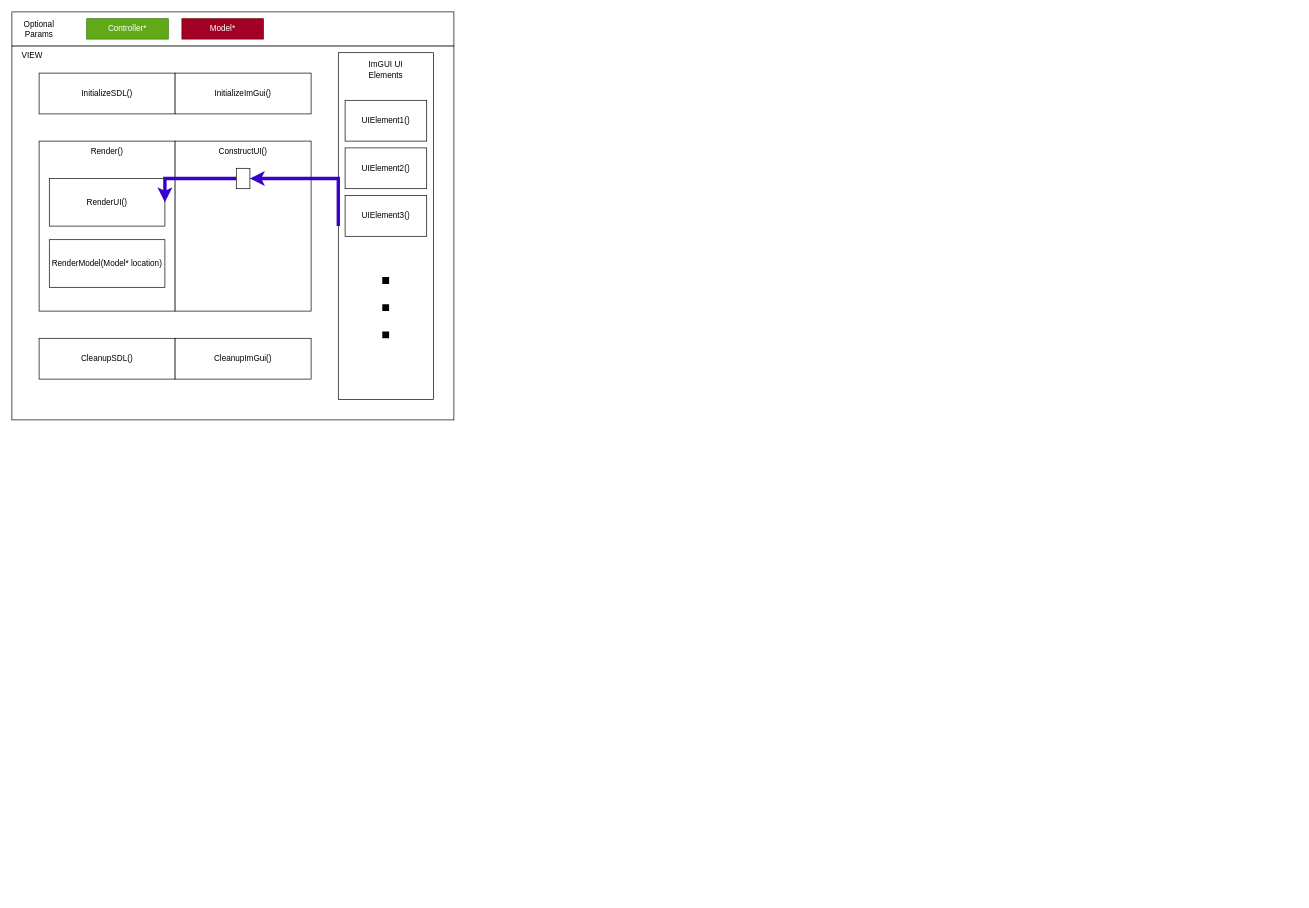
Earlier version of the draw.io diagram documentation/Architectural Diagrams/Engine Architecture.drawio (Argyraspides/Telos). Source tidied: cells renumbered, new cells numbered last; positions are measured from the earlier drawing's top-left corner, leaving out a move shared by most shapes. Both pictures are drawn from the tidied source at 68%, with x=0, y=0 at pixel (12, 12).
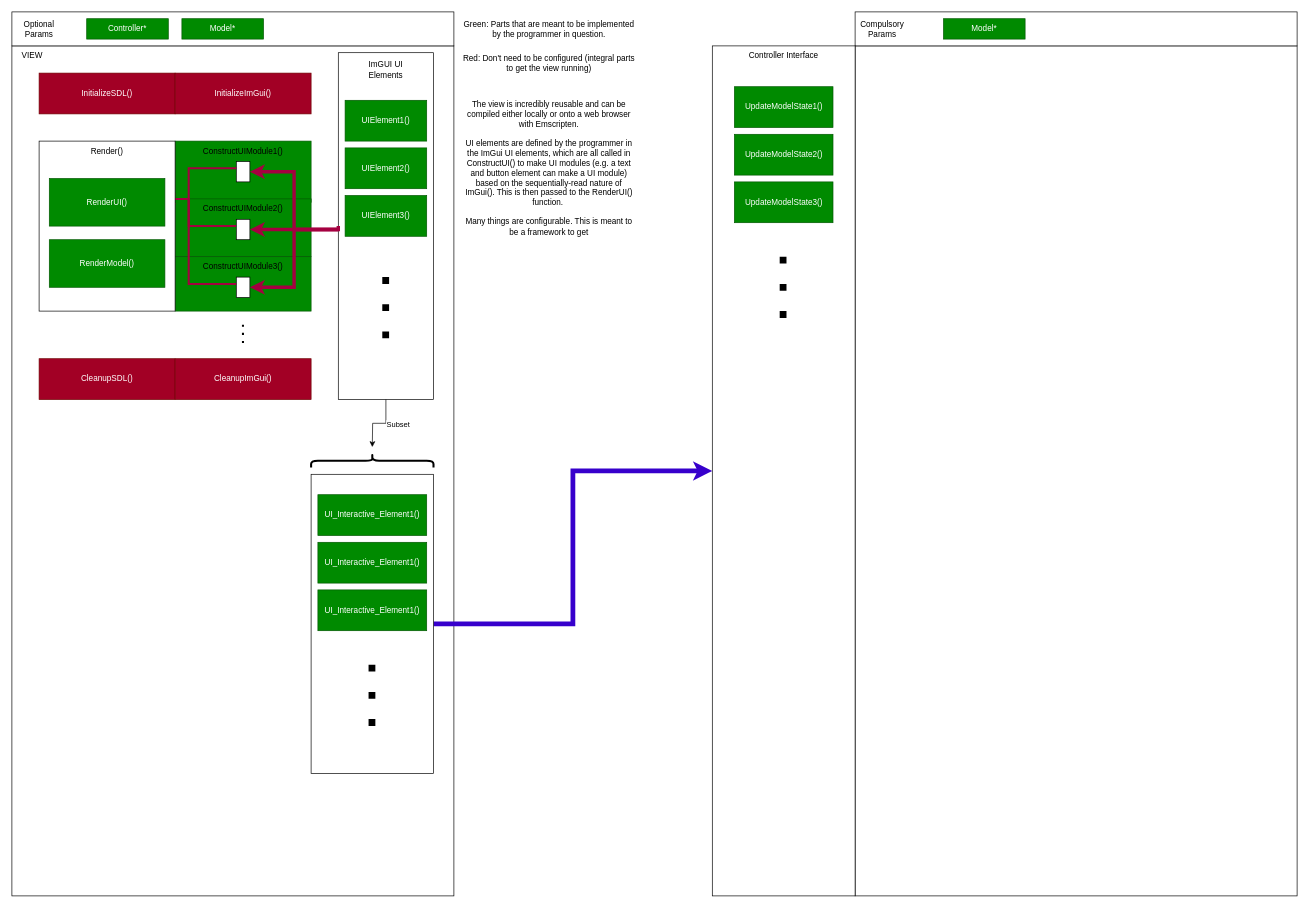
The same diagram, later.

Commit message (it also covers changes not shown here):
Added controller to diagram, moved shape-specific utilities to shape header

The change refers to these unchanged cells:
```xml
<mxCell id="20" style="rounded=0;whiteSpace=wrap;html=1;" parent="1" vertex="1">
  <mxGeometry x="480" y="60" width="140" height="510" as="geometry" />
</mxCell>
```

Diff of the diagram source:
```diff
@@
     <mxCell id="2" style="rounded=0;whiteSpace=wrap;html=1;" parent="1" vertex="1">
-      <mxGeometry y="50" width="650" height="550" as="geometry" />
+      <mxGeometry y="50" width="650" height="1250" as="geometry" />
     </mxCell>
@@
-    <mxCell id="4" value="CleanupSDL()" style="rounded=0;whiteSpace=wrap;html=1;" parent="1" vertex="1">
-      <mxGeometry x="40" y="480" width="200" height="60" as="geometry" />
+    <mxCell id="4" value="CleanupSDL()" style="rounded=0;whiteSpace=wrap;html=1;fillColor=#a20025;fontColor=#ffffff;strokeColor=#6F0000;" parent="1" vertex="1">
+      <mxGeometry x="40" y="510" width="200" height="60" as="geometry" />
     </mxCell>
-    <mxCell id="5" value="CleanupImGui()" style="rounded=0;whiteSpace=wrap;html=1;" parent="1" vertex="1">
-      <mxGeometry x="240" y="480" width="200" height="60" as="geometry" />
+    <mxCell id="5" value="CleanupImGui()" style="rounded=0;whiteSpace=wrap;html=1;fillColor=#a20025;fontColor=#ffffff;strokeColor=#6F0000;" parent="1" vertex="1">
+      <mxGeometry x="240" y="510" width="200" height="60" as="geometry" />
     </mxCell>
-    <mxCell id="6" style="group;" parent="1" vertex="1">
-      <mxGeometry x="40" y="190" width="200" height="250" as="geometry" />
-    </mxCell>
-    <mxCell id="7" style="rounded=0;whiteSpace=wrap;html=1;" parent="6" vertex="1">
-      <mxGeometry width="200" height="250" as="geometry" />
-    </mxCell>
-    <mxCell id="8" value="RenderUI()" style="rounded=0;whiteSpace=wrap;html=1;" parent="6" vertex="1">
-      <mxGeometry x="15" y="55" width="170" height="70" as="geometry" />
-    </mxCell>
-    <mxCell id="9" value="Render()" style="text;html=1;strokeColor=none;fillColor=none;align=center;verticalAlign=middle;whiteSpace=wrap;rounded=0;" parent="6" vertex="1">
-      <mxGeometry x="85" width="30" height="30" as="geometry" />
-    </mxCell>
-    <mxCell id="10" value="RenderModel(Model* location)" style="rounded=0;whiteSpace=wrap;html=1;" parent="6" vertex="1">
-      <mxGeometry x="15" y="145" width="170" height="70" as="geometry" />
-    </mxCell>
-    <mxCell id="11" style="group;" parent="1" vertex="1">
-      <mxGeometry x="40" y="90" width="400" height="60" as="geometry" />
-    </mxCell>
-    <mxCell id="12" value="InitializeSDL()" style="rounded=0;whiteSpace=wrap;html=1;" parent="11" vertex="1">
-      <mxGeometry width="200" height="60" as="geometry" />
-    </mxCell>
-    <mxCell id="13" value="InitializeImGui()" style="rounded=0;whiteSpace=wrap;html=1;" parent="11" vertex="1">
-      <mxGeometry x="200" width="200" height="60" as="geometry" />
-    </mxCell>
@@
-    <mxCell id="16" value="Controller*" style="rounded=0;whiteSpace=wrap;html=1;fillColor=#60a917;fontColor=#ffffff;strokeColor=#2D7600;" parent="1" vertex="1">
+    <mxCell id="16" value="Controller*" style="rounded=0;whiteSpace=wrap;html=1;fillColor=#008a00;fontColor=#ffffff;strokeColor=#005700;" parent="1" vertex="1">
       <mxGeometry x="110" y="10" width="120" height="30" as="geometry" />
     </mxCell>
-    <mxCell id="17" value="Model*" style="rounded=0;whiteSpace=wrap;html=1;fillColor=#a20025;fontColor=#ffffff;strokeColor=#6F0000;" parent="1" vertex="1">
+    <mxCell id="17" value="Model*" style="rounded=0;whiteSpace=wrap;html=1;fillColor=#008a00;fontColor=#ffffff;strokeColor=#005700;" parent="1" vertex="1">
       <mxGeometry x="250" y="10" width="120" height="30" as="geometry" />
     </mxCell>
-    <mxCell id="18" style="rounded=0;whiteSpace=wrap;html=1;" parent="1" vertex="1">
-      <mxGeometry x="240" y="190" width="200" height="250" as="geometry" />
+    <mxCell id="18" style="rounded=0;whiteSpace=wrap;html=1;fillColor=#008a00;fontColor=#ffffff;strokeColor=#005700;" parent="1" vertex="1">
+      <mxGeometry x="240" y="190" width="200" height="90" as="geometry" />
     </mxCell>
-    <mxCell id="19" value="ConstructUI()" style="text;html=1;strokeColor=none;fillColor=none;align=center;verticalAlign=middle;whiteSpace=wrap;rounded=0;" parent="1" vertex="1">
+    <mxCell id="19" value="ConstructUIModule1()" style="text;html=1;strokeColor=none;fillColor=none;align=center;verticalAlign=middle;whiteSpace=wrap;rounded=0;" parent="1" vertex="1">
       <mxGeometry x="240" y="190" width="200" height="30" as="geometry" />
     </mxCell>
@@
-    <mxCell id="21" value="UIElement1()" style="rounded=0;whiteSpace=wrap;html=1;" parent="1" vertex="1">
+    <mxCell id="21" value="UIElement1()" style="rounded=0;whiteSpace=wrap;html=1;fillColor=#008a00;fontColor=#ffffff;strokeColor=#005700;" parent="1" vertex="1">
       <mxGeometry x="490" y="130" width="120" height="60" as="geometry" />
     </mxCell>
-    <mxCell id="22" value="UIElement2()" style="rounded=0;whiteSpace=wrap;html=1;" parent="1" vertex="1">
+    <mxCell id="22" value="UIElement2()" style="rounded=0;whiteSpace=wrap;html=1;fillColor=#008a00;fontColor=#ffffff;strokeColor=#005700;" parent="1" vertex="1">
       <mxGeometry x="490" y="200" width="120" height="60" as="geometry" />
     </mxCell>
-    <mxCell id="23" value="UIElement3()" style="rounded=0;whiteSpace=wrap;html=1;" parent="1" vertex="1">
+    <mxCell id="23" value="UIElement3()" style="rounded=0;whiteSpace=wrap;html=1;fillColor=#008a00;fontColor=#ffffff;strokeColor=#005700;" parent="1" vertex="1">
       <mxGeometry x="490" y="270" width="120" height="60" as="geometry" />
     </mxCell>
@@
-    <mxCell id="25" style="edgeStyle=orthogonalEdgeStyle;rounded=0;jettySize=auto;html=1;exitX=0;exitY=0.5;exitDx=0;exitDy=0;entryX=1;entryY=0.5;entryDx=0;entryDy=0;fillColor=#6a00ff;strokeColor=#3700CC;strokeWidth=5;" parent="1" edge="1" source="26" target="8">
-      <mxGeometry relative="1" as="geometry">
-        <Array as="points">
-          <mxPoint x="225" y="245" />
-        </Array>
-      </mxGeometry>
-    </mxCell>
     <mxCell id="26" style="rounded=0;whiteSpace=wrap;html=1;" parent="1" vertex="1">
-      <mxGeometry x="330" y="230" width="20" height="30" as="geometry" />
+      <mxGeometry x="330" y="220" width="20" height="30" as="geometry" />
     </mxCell>
@@
-    <mxCell id="28" style="edgeStyle=orthogonalEdgeStyle;rounded=0;jettySize=auto;html=1;exitX=0;exitY=0.5;exitDx=0;exitDy=0;entryX=1;entryY=0.5;entryDx=0;entryDy=0;fillColor=#6a00ff;strokeColor=#3700CC;strokeWidth=5;" parent="1" edge="1" source="20" target="26">
-      <mxGeometry relative="1" as="geometry">
-        <Array as="points">
-          <mxPoint x="480" y="245" />
-        </Array>
-      </mxGeometry>
-    </mxCell>
+    <mxCell id="29" value="The view is incredibly reusable and can be compiled either locally or onto a web browser with Emscripten. &lt;br&gt;&lt;br&gt;UI elements are defined by the programmer in the ImGui UI elements, which are all called in ConstructUI() to make UI modules (e.g. a text and button element can make a UI module) based on the sequentially-read nature of ImGui(). This is then passed to the RenderUI() function.&amp;nbsp;&lt;br&gt;&lt;br&gt;Many things are configurable. This is meant to be a framework to get" style="text;html=1;strokeColor=none;fillColor=none;align=center;verticalAlign=middle;whiteSpace=wrap;rounded=0;" parent="1" vertex="1">
+      <mxGeometry x="660" y="100" width="260" height="260" as="geometry" />
+    </mxCell>
+    <mxCell id="30" style="rounded=0;whiteSpace=wrap;html=1;fillColor=#008a00;fontColor=#ffffff;strokeColor=#005700;" parent="1" vertex="1">
+      <mxGeometry x="240" y="275" width="200" height="85" as="geometry" />
+    </mxCell>
+    <mxCell id="31" value="ConstructUIModule2()" style="text;html=1;strokeColor=none;fillColor=none;align=center;verticalAlign=middle;whiteSpace=wrap;rounded=0;" parent="1" vertex="1">
+      <mxGeometry x="240" y="275" width="200" height="30" as="geometry" />
+    </mxCell>
+    <mxCell id="32" style="edgeStyle=orthogonalEdgeStyle;rounded=0;orthogonalLoop=1;jettySize=auto;html=1;exitX=0;exitY=0.5;exitDx=0;exitDy=0;entryX=1;entryY=0.5;entryDx=0;entryDy=0;fillColor=#d80073;strokeColor=#A50040;strokeWidth=3;" parent="1" edge="1">
+      <mxGeometry relative="1" as="geometry">
+        <mxPoint x="330" y="315" as="sourcePoint" />
+        <mxPoint x="225" y="275" as="targetPoint" />
+        <Array as="points">
+          <mxPoint x="260" y="315" />
+          <mxPoint x="260" y="275" />
+        </Array>
+      </mxGeometry>
+    </mxCell>
+    <mxCell id="33" style="rounded=0;whiteSpace=wrap;html=1;" parent="1" vertex="1">
+      <mxGeometry x="330" y="305" width="20" height="30" as="geometry" />
+    </mxCell>
+    <mxCell id="34" style="rounded=0;whiteSpace=wrap;html=1;fillColor=#008a00;fontColor=#ffffff;strokeColor=#005700;" parent="1" vertex="1">
+      <mxGeometry x="240" y="360" width="200" height="80" as="geometry" />
+    </mxCell>
+    <mxCell id="35" value="ConstructUIModule3()" style="text;html=1;strokeColor=none;fillColor=none;align=center;verticalAlign=middle;whiteSpace=wrap;rounded=0;" parent="1" vertex="1">
+      <mxGeometry x="240" y="360" width="200" height="30" as="geometry" />
+    </mxCell>
+    <mxCell id="36" style="edgeStyle=orthogonalEdgeStyle;rounded=0;orthogonalLoop=1;jettySize=auto;html=1;exitX=0;exitY=0.5;exitDx=0;exitDy=0;entryX=1;entryY=0.5;entryDx=0;entryDy=0;fillColor=#d80073;strokeColor=#A50040;strokeWidth=3;" parent="1" edge="1">
+      <mxGeometry relative="1" as="geometry">
+        <mxPoint x="330" y="400" as="sourcePoint" />
+        <mxPoint x="225" y="275" as="targetPoint" />
+        <Array as="points">
+          <mxPoint x="260" y="400" />
+          <mxPoint x="260" y="275" />
+        </Array>
+      </mxGeometry>
+    </mxCell>
+    <mxCell id="37" style="rounded=0;whiteSpace=wrap;html=1;" parent="1" vertex="1">
+      <mxGeometry x="330" y="390" width="20" height="30" as="geometry" />
+    </mxCell>
+    <mxCell id="38" style="endArrow=none;dashed=1;html=1;dashPattern=1 3;strokeWidth=3;rounded=0;" parent="1" edge="1">
+      <mxGeometry relative="1" as="geometry">
+        <mxPoint x="339.8" y="460" as="sourcePoint" />
+        <mxPoint x="339.8" y="490" as="targetPoint" />
+      </mxGeometry>
+    </mxCell>
+    <mxCell id="39" style="edgeStyle=orthogonalEdgeStyle;rounded=0;jettySize=auto;html=1;exitX=0;exitY=0.5;exitDx=0;exitDy=0;entryX=1;entryY=0.5;entryDx=0;entryDy=0;fillColor=#d80073;strokeColor=#A50040;strokeWidth=5;" parent="1" edge="1" source="20" target="33">
+      <mxGeometry relative="1" as="geometry">
+        <Array as="points">
+          <mxPoint x="480" y="320" />
+        </Array>
+      </mxGeometry>
+    </mxCell>
+    <mxCell id="40" style="edgeStyle=orthogonalEdgeStyle;rounded=0;jettySize=auto;html=1;entryX=1;entryY=0.5;entryDx=0;entryDy=0;fillColor=#d80073;strokeColor=#A50040;strokeWidth=5;" parent="1" edge="1" target="37">
+      <mxGeometry relative="1" as="geometry">
+        <mxPoint x="480" y="320" as="sourcePoint" />
+        <Array as="points">
+          <mxPoint x="480" y="320" />
+          <mxPoint x="415" y="320" />
+          <mxPoint x="415" y="405" />
+        </Array>
+      </mxGeometry>
+    </mxCell>
+    <mxCell id="41" style="edgeStyle=orthogonalEdgeStyle;rounded=0;jettySize=auto;html=1;entryX=1;entryY=0.5;entryDx=0;entryDy=0;fillColor=#d80073;strokeColor=#A50040;strokeWidth=5;" parent="1" edge="1" target="26">
+      <mxGeometry relative="1" as="geometry">
+        <mxPoint x="480" y="320" as="sourcePoint" />
+        <Array as="points">
+          <mxPoint x="480" y="320" />
+          <mxPoint x="415" y="320" />
+          <mxPoint x="415" y="235" />
+        </Array>
+      </mxGeometry>
+    </mxCell>
+    <mxCell id="42" style="edgeStyle=orthogonalEdgeStyle;rounded=0;orthogonalLoop=1;jettySize=auto;html=1;exitX=0;exitY=0.5;exitDx=0;exitDy=0;entryX=1;entryY=0.5;entryDx=0;entryDy=0;strokeWidth=3;fillColor=#d80073;strokeColor=#A50040;" parent="1" edge="1">
+      <mxGeometry relative="1" as="geometry">
+        <mxPoint x="330" y="230" as="sourcePoint" />
+        <mxPoint x="225" y="275" as="targetPoint" />
+        <Array as="points">
+          <mxPoint x="260" y="230" />
+          <mxPoint x="260" y="275" />
+        </Array>
+      </mxGeometry>
+    </mxCell>
+    <mxCell id="12" value="InitializeSDL()" style="rounded=0;whiteSpace=wrap;html=1;fillColor=#a20025;fontColor=#ffffff;strokeColor=#6F0000;" parent="1" vertex="1">
+      <mxGeometry x="40" y="90" width="200" height="60" as="geometry" />
+    </mxCell>
+    <mxCell id="13" value="InitializeImGui()" style="rounded=0;whiteSpace=wrap;html=1;fillColor=#a20025;fontColor=#ffffff;strokeColor=#6F0000;" parent="1" vertex="1">
+      <mxGeometry x="240" y="90" width="200" height="60" as="geometry" />
+    </mxCell>
+    <mxCell id="7" style="rounded=0;whiteSpace=wrap;html=1;" parent="1" vertex="1">
+      <mxGeometry x="40" y="190" width="200" height="250" as="geometry" />
+    </mxCell>
+    <mxCell id="8" value="RenderUI()" style="rounded=0;whiteSpace=wrap;html=1;fillColor=#008a00;fontColor=#ffffff;strokeColor=#005700;" parent="1" vertex="1">
+      <mxGeometry x="55" y="245" width="170" height="70" as="geometry" />
+    </mxCell>
+    <mxCell id="9" value="Render()" style="text;html=1;strokeColor=none;fillColor=none;align=center;verticalAlign=middle;whiteSpace=wrap;rounded=0;" parent="1" vertex="1">
+      <mxGeometry x="125" y="190" width="30" height="30" as="geometry" />
+    </mxCell>
+    <mxCell id="10" value="RenderModel()" style="rounded=0;whiteSpace=wrap;html=1;fillColor=#008a00;fontColor=#ffffff;strokeColor=#005700;" parent="1" vertex="1">
+      <mxGeometry x="55" y="335" width="170" height="70" as="geometry" />
+    </mxCell>
+    <mxCell id="43" value="Green: Parts that are meant to be implemented by the programmer in question." style="text;html=1;strokeColor=none;fillColor=none;align=center;verticalAlign=middle;whiteSpace=wrap;rounded=0;" parent="1" vertex="1">
+      <mxGeometry x="660" width="260" height="50" as="geometry" />
+    </mxCell>
+    <mxCell id="44" value="Red: Don't need to be configured (integral parts to get the view running)" style="text;html=1;strokeColor=none;fillColor=none;align=center;verticalAlign=middle;whiteSpace=wrap;rounded=0;" parent="1" vertex="1">
+      <mxGeometry x="660" y="50" width="260" height="50" as="geometry" />
+    </mxCell>
+    <mxCell id="45" style="edgeStyle=orthogonalEdgeStyle;rounded=0;jettySize=auto;html=1;exitX=1;exitY=0.5;exitDx=0;exitDy=0;entryX=0;entryY=0.5;entryDx=0;entryDy=0;strokeWidth=7;fillColor=#6a00ff;strokeColor=#3700CC;" parent="1" edge="1" source="46" target="58">
+      <mxGeometry relative="1" as="geometry" />
+    </mxCell>
+    <mxCell id="46" style="rounded=0;whiteSpace=wrap;html=1;" parent="1" vertex="1">
+      <mxGeometry x="440" y="680" width="180" height="440" as="geometry" />
+    </mxCell>
+    <mxCell id="47" style="group;" parent="1" vertex="1">
+      <mxGeometry x="440" y="640" width="180" height="30" as="geometry" />
+    </mxCell>
+    <mxCell id="48" style="shape=curlyBracket;whiteSpace=wrap;html=1;rounded=1;labelPosition=left;verticalLabelPosition=middle;align=right;verticalAlign=middle;direction=south;strokeWidth=3;" parent="47" vertex="1">
+      <mxGeometry y="10" width="180" height="20" as="geometry" />
+    </mxCell>
+    <mxCell id="49" style="edgeStyle=orthogonalEdgeStyle;rounded=0;jettySize=auto;html=1;exitX=0.5;exitY=1;exitDx=0;exitDy=0;" parent="47" edge="1" source="20">
+      <mxGeometry relative="1" as="geometry">
+        <mxPoint x="90" as="targetPoint" />
+      </mxGeometry>
+    </mxCell>
+    <mxCell id="50" value="Subset" style="edgeLabel;html=1;align=center;verticalAlign=middle;" parent="49" vertex="1">
+      <mxGeometry x="0.25" y="1" relative="1" as="geometry">
+        <mxPoint x="36" as="offset" />
+      </mxGeometry>
+    </mxCell>
+    <mxCell id="51" value="UI_Interactive_Element1()" style="rounded=0;whiteSpace=wrap;html=1;fillColor=#008a00;fontColor=#ffffff;strokeColor=#005700;" parent="1" vertex="1">
+      <mxGeometry x="450" y="710" width="160" height="60" as="geometry" />
+    </mxCell>
+    <mxCell id="52" value="UI_Interactive_Element1()" style="rounded=0;whiteSpace=wrap;html=1;fillColor=#008a00;fontColor=#ffffff;strokeColor=#005700;" parent="1" vertex="1">
+      <mxGeometry x="450" y="780" width="160" height="60" as="geometry" />
+    </mxCell>
+    <mxCell id="53" value="UI_Interactive_Element1()" style="rounded=0;whiteSpace=wrap;html=1;fillColor=#008a00;fontColor=#ffffff;strokeColor=#005700;" parent="1" vertex="1">
+      <mxGeometry x="450" y="850" width="160" height="60" as="geometry" />
+    </mxCell>
+    <mxCell id="54" style="endArrow=none;dashed=1;html=1;dashPattern=1 3;strokeWidth=10;rounded=0;" parent="1" edge="1">
+      <mxGeometry relative="1" as="geometry">
+        <mxPoint x="529.5" y="960" as="sourcePoint" />
+        <mxPoint x="529.5" y="1060" as="targetPoint" />
+      </mxGeometry>
+    </mxCell>
+    <mxCell id="55" style="rounded=0;whiteSpace=wrap;html=1;" parent="1" vertex="1">
+      <mxGeometry x="1240" y="50" width="650" height="1250" as="geometry" />
+    </mxCell>
+    <mxCell id="56" style="rounded=0;whiteSpace=wrap;html=1;" parent="1" vertex="1">
+      <mxGeometry x="1240" width="650" height="50" as="geometry" />
+    </mxCell>
+    <mxCell id="57" style="group;" parent="1" vertex="1">
+      <mxGeometry x="1030" y="50" width="210" height="1250" as="geometry" />
+    </mxCell>
+    <mxCell id="58" style="rounded=0;whiteSpace=wrap;html=1;" parent="57" vertex="1">
+      <mxGeometry width="210" height="1250" as="geometry" />
+    </mxCell>
+    <mxCell id="59" value="Controller Interface" style="text;html=1;strokeColor=none;fillColor=none;align=center;verticalAlign=middle;whiteSpace=wrap;rounded=0;" parent="57" vertex="1">
+      <mxGeometry width="210" height="30" as="geometry" />
+    </mxCell>
+    <mxCell id="60" value="UpdateModelState1()" style="rounded=0;whiteSpace=wrap;html=1;fillColor=#008a00;fontColor=#ffffff;strokeColor=#005700;" parent="57" vertex="1">
+      <mxGeometry x="32.5" y="60" width="145" height="60" as="geometry" />
+    </mxCell>
+    <mxCell id="61" value="UpdateModelState2()" style="rounded=0;whiteSpace=wrap;html=1;fillColor=#008a00;fontColor=#ffffff;strokeColor=#005700;" parent="57" vertex="1">
+      <mxGeometry x="32.5" y="130" width="145" height="60" as="geometry" />
+    </mxCell>
+    <mxCell id="62" value="UpdateModelState3()" style="rounded=0;whiteSpace=wrap;html=1;fillColor=#008a00;fontColor=#ffffff;strokeColor=#005700;" parent="57" vertex="1">
+      <mxGeometry x="32.5" y="200" width="145" height="60" as="geometry" />
+    </mxCell>
+    <mxCell id="63" style="endArrow=none;dashed=1;html=1;dashPattern=1 3;strokeWidth=10;rounded=0;" parent="57" edge="1">
+      <mxGeometry relative="1" as="geometry">
+        <mxPoint x="104.1" y="310" as="sourcePoint" />
+        <mxPoint x="104.1" y="410" as="targetPoint" />
+      </mxGeometry>
+    </mxCell>
+    <mxCell id="64" value="Compulsory Params" style="text;html=1;strokeColor=none;fillColor=none;align=center;verticalAlign=middle;whiteSpace=wrap;rounded=0;" parent="1" vertex="1">
+      <mxGeometry x="1240" width="80" height="50" as="geometry" />
+    </mxCell>
+    <mxCell id="65" value="Model*" style="rounded=0;whiteSpace=wrap;html=1;fillColor=#008a00;fontColor=#ffffff;strokeColor=#005700;" parent="1" vertex="1">
+      <mxGeometry x="1370" y="10" width="120" height="30" as="geometry" />
+    </mxCell>
```
